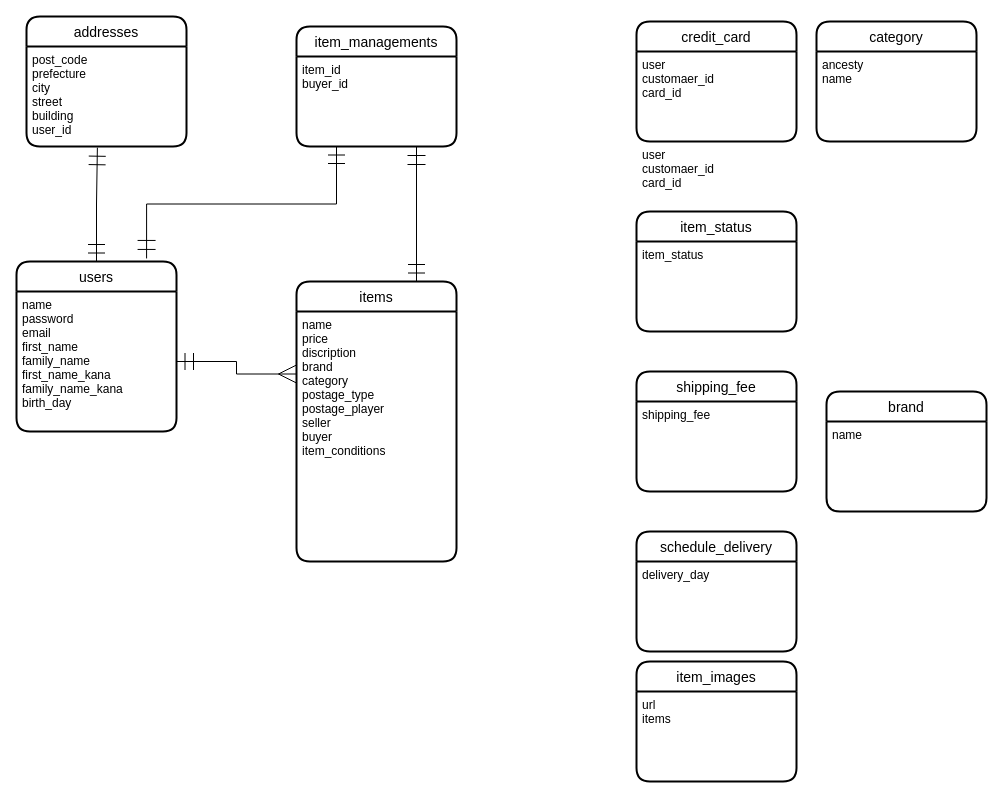
Before: test.dio in hayakawanaotaka/furima-30951, a draw.io diagram. Source tidied: cells renumbered, new cells numbered last; positions are measured from the earlier drawing's top-left corner, leaving out a move shared by most shapes. Both pictures are drawn from the tidied source at 100%, with x=0, y=0 at pixel (16, 16).
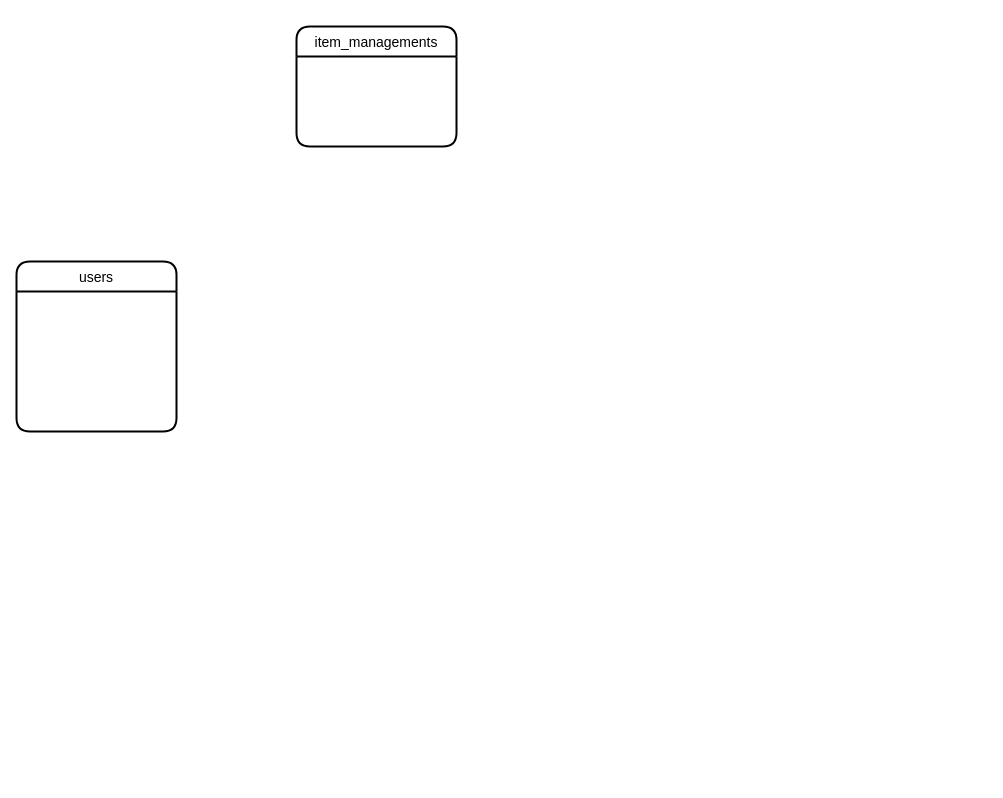
Above is the later version.

Commit message (it also covers changes not shown here):
テーブル修正　５

Unchanged cells that the change refers to:
```xml
<mxCell id="2" value="users" style="swimlane;horizontal=1;startSize=30;rounded=1;fontSize=14;fontStyle=0;strokeWidth=2;shadow=0;dashed=0;align=center;" parent="1" vertex="1">
  <mxGeometry y="245" width="160" height="170" as="geometry" />
</mxCell>
<mxCell id="10" value="item_managements" style="swimlane;horizontal=1;startSize=30;rounded=1;fontSize=14;fontStyle=0;strokeWidth=2;shadow=0;dashed=0;align=center;" parent="1" vertex="1">
  <mxGeometry x="280" y="10" width="160" height="120" as="geometry" />
</mxCell>
```

What changed in the source:
```diff
@@
-    <mxCell id="3" value="name&#10;password&#10;email&#10;first_name&#10;family_name&#10;first_name_kana&#10;family_name_kana&#10;birth_day" style="align=left;strokeColor=none;fillColor=none;spacingLeft=4;fontSize=12;verticalAlign=top;" parent="2" vertex="1">
-      <mxGeometry y="30" width="160" height="140" as="geometry" />
-    </mxCell>
-    <mxCell id="4" style="edgeStyle=orthogonalEdgeStyle;rounded=0;jettySize=auto;html=1;exitX=0.5;exitY=0;exitDx=0;exitDy=0;entryX=0.443;entryY=1.012;entryDx=0;entryDy=0;startArrow=ERmandOne;startFill=0;startSize=15;endArrow=ERmandOne;endFill=0;endSize=15;entryPerimeter=0;" parent="1" edge="1" source="2" target="9">
-      <mxGeometry relative="1" as="geometry" />
-    </mxCell>
-    <mxCell id="5" style="edgeStyle=orthogonalEdgeStyle;rounded=0;jettySize=auto;html=1;exitX=0.75;exitY=0;exitDx=0;exitDy=0;entryX=0.75;entryY=1;entryDx=0;entryDy=0;startArrow=ERmandOne;startFill=0;startSize=15;endArrow=ERmandOne;endFill=0;endSize=16;strokeWidth=1;" parent="1" edge="1" source="6" target="11">
+    <mxCell id="5" style="edgeStyle=orthogonalEdgeStyle;rounded=0;orthogonalLoop=1;jettySize=auto;html=1;exitX=0.75;exitY=0;exitDx=0;exitDy=0;entryX=0.75;entryY=1;entryDx=0;entryDy=0;startArrow=ERmandOne;startFill=0;startSize=15;endArrow=ERmandOne;endFill=0;endSize=16;strokeWidth=1;" parent="1" edge="1">
       <mxGeometry relative="1" as="geometry" />
     </mxCell>
-    <mxCell id="6" value="items" style="swimlane;horizontal=1;startSize=30;rounded=1;fontSize=14;fontStyle=0;strokeWidth=2;shadow=0;dashed=0;align=center;" parent="1" vertex="1">
-      <mxGeometry x="280" y="265" width="160" height="280" as="geometry" />
-    </mxCell>
-    <mxCell id="7" value="name&#10;price&#10;discription&#10;brand&#10;category&#10;postage_type&#10;postage_player&#10;seller&#10;buyer&#10;item_conditions" style="align=left;strokeColor=none;fillColor=none;spacingLeft=4;fontSize=12;verticalAlign=top;" parent="6" vertex="1">
-      <mxGeometry y="30" width="160" height="250" as="geometry" />
-    </mxCell>
-    <mxCell id="8" value="addresses" style="swimlane;horizontal=1;startSize=30;rounded=1;fontSize=14;fontStyle=0;strokeWidth=2;shadow=0;dashed=0;align=center;" parent="1" vertex="1">
-      <mxGeometry x="10" width="160" height="130" as="geometry" />
-    </mxCell>
-    <mxCell id="9" value="post_code&#10;prefecture&#10;city&#10;street&#10;building&#10;user_id" style="align=left;strokeColor=none;fillColor=none;spacingLeft=4;fontSize=12;verticalAlign=top;" parent="8" vertex="1">
-      <mxGeometry y="30" width="160" height="100" as="geometry" />
-    </mxCell>
@@
-    <mxCell id="11" value="item_id&#10;buyer_id" style="align=left;strokeColor=none;fillColor=none;spacingLeft=4;fontSize=12;verticalAlign=top;" parent="10" vertex="1">
-      <mxGeometry y="30" width="160" height="90" as="geometry" />
-    </mxCell>
-    <mxCell id="12" style="rounded=0;orthogonalLoop=1;jettySize=auto;html=1;exitX=0.464;exitY=0.995;exitDx=0;exitDy=0;entryX=0.469;entryY=-0.005;entryDx=0;entryDy=0;entryPerimeter=0;startArrow=ERmandOne;startFill=0;endArrow=ERmandOne;endFill=0;endSize=16;startSize=15;strokeWidth=1;exitPerimeter=0;" parent="1" edge="1">
-      <mxGeometry relative="1" as="geometry" />
-    </mxCell>
-    <mxCell id="13" style="rounded=0;jettySize=auto;html=1;exitX=1;exitY=0.5;exitDx=0;exitDy=0;entryX=0;entryY=0.5;entryDx=0;entryDy=0;startArrow=ERmandOne;startFill=0;startSize=15;endArrow=ERmany;endFill=0;endSize=15;" parent="1" edge="1" source="8" target="12">
-      <mxGeometry relative="1" as="geometry" />
-    </mxCell>
-    <mxCell id="14" style="edgeStyle=orthogonalEdgeStyle;rounded=0;jettySize=auto;html=1;exitX=0.25;exitY=1;exitDx=0;exitDy=0;entryX=0.813;entryY=-0.018;entryDx=0;entryDy=0;entryPerimeter=0;startArrow=ERmandOne;startFill=0;startSize=15;endArrow=ERmandOne;endFill=0;endSize=16;strokeWidth=1;" parent="1" edge="1" source="11" target="2">
+    <mxCell id="14" style="edgeStyle=orthogonalEdgeStyle;rounded=0;jettySize=auto;html=1;exitX=0.25;exitY=1;exitDx=0;exitDy=0;entryX=0.813;entryY=-0.018;entryDx=0;entryDy=0;entryPerimeter=0;startArrow=ERmandOne;startFill=0;startSize=15;endArrow=ERmandOne;endFill=0;endSize=16;strokeWidth=1;" parent="1" edge="1" target="2">
       <mxGeometry relative="1" as="geometry" />
     </mxCell>
-    <mxCell id="15" style="edgeStyle=orthogonalEdgeStyle;rounded=0;jettySize=auto;html=1;exitX=1;exitY=0.5;exitDx=0;exitDy=0;entryX=0;entryY=0.25;entryDx=0;entryDy=0;startArrow=ERmandOne;startFill=0;startSize=15;endArrow=ERmany;endFill=0;endSize=16;strokeWidth=1;" parent="1" edge="1" source="3" target="7">
+    <mxCell id="15" style="edgeStyle=orthogonalEdgeStyle;rounded=0;orthogonalLoop=1;jettySize=auto;html=1;exitX=1;exitY=0.5;exitDx=0;exitDy=0;entryX=0;entryY=0.25;entryDx=0;entryDy=0;startArrow=ERmandOne;startFill=0;startSize=15;endArrow=ERmany;endFill=0;endSize=16;strokeWidth=1;" parent="1" edge="1">
       <mxGeometry relative="1" as="geometry" />
     </mxCell>
-    <mxCell id="16" value="schedule_delivery" style="swimlane;horizontal=1;startSize=30;rounded=1;fontSize=14;fontStyle=0;strokeWidth=2;shadow=0;dashed=0;align=center;" parent="1" vertex="1">
-      <mxGeometry x="620" y="515" width="160" height="120" as="geometry" />
-    </mxCell>
-    <mxCell id="17" value="delivery_day" style="align=left;strokeColor=none;fillColor=none;spacingLeft=4;fontSize=12;verticalAlign=top;" parent="16" vertex="1">
-      <mxGeometry y="30" width="160" height="90" as="geometry" />
-    </mxCell>
-    <mxCell id="18" value="item_status" style="swimlane;horizontal=1;startSize=30;rounded=1;fontSize=14;fontStyle=0;strokeWidth=2;shadow=0;dashed=0;align=center;" parent="1" vertex="1">
-      <mxGeometry x="620" y="195" width="160" height="120" as="geometry" />
-    </mxCell>
-    <mxCell id="19" value="item_status" style="align=left;strokeColor=none;fillColor=none;spacingLeft=4;fontSize=12;verticalAlign=top;" parent="18" vertex="1">
-      <mxGeometry y="30" width="160" height="90" as="geometry" />
-    </mxCell>
-    <mxCell id="20" value="shipping_fee" style="swimlane;horizontal=1;startSize=30;rounded=1;fontSize=14;fontStyle=0;strokeWidth=2;shadow=0;dashed=0;align=center;" parent="1" vertex="1">
-      <mxGeometry x="620" y="355" width="160" height="120" as="geometry" />
-    </mxCell>
-    <mxCell id="21" value="shipping_fee" style="align=left;strokeColor=none;fillColor=none;spacingLeft=4;fontSize=12;verticalAlign=top;" parent="20" vertex="1">
-      <mxGeometry y="30" width="160" height="90" as="geometry" />
-    </mxCell>
-    <mxCell id="22" value="brand" style="swimlane;horizontal=1;startSize=30;rounded=1;fontSize=14;fontStyle=0;strokeWidth=2;shadow=0;dashed=0;align=center;" parent="1" vertex="1">
-      <mxGeometry x="810" y="375" width="160" height="120" as="geometry" />
-    </mxCell>
-    <mxCell id="23" value="name" style="align=left;strokeColor=none;fillColor=none;spacingLeft=4;fontSize=12;verticalAlign=top;" parent="22" vertex="1">
-      <mxGeometry y="30" width="160" height="90" as="geometry" />
-    </mxCell>
-    <mxCell id="24" value="category" style="swimlane;horizontal=1;startSize=30;rounded=1;fontSize=14;fontStyle=0;strokeWidth=2;shadow=0;dashed=0;align=center;" parent="1" vertex="1">
-      <mxGeometry x="800" y="5" width="160" height="120" as="geometry" />
-    </mxCell>
-    <mxCell id="25" value="ancesty&#10;name" style="align=left;strokeColor=none;fillColor=none;spacingLeft=4;fontSize=12;verticalAlign=top;" parent="24" vertex="1">
-      <mxGeometry y="30" width="160" height="90" as="geometry" />
-    </mxCell>
-    <mxCell id="26" style="rounded=0;jettySize=auto;html=1;exitX=0.5;exitY=0;exitDx=0;exitDy=0;entryX=0.5;entryY=1;entryDx=0;entryDy=0;startArrow=ERmany;startFill=0;startSize=15;endArrow=ERmandOne;endFill=0;endSize=15;" parent="1" edge="1" source="27" target="12">
-      <mxGeometry relative="1" as="geometry" />
-    </mxCell>
-    <mxCell id="27" value="item_images" style="swimlane;horizontal=1;startSize=30;rounded=1;fontSize=14;fontStyle=0;strokeWidth=2;shadow=0;dashed=0;align=center;" parent="1" vertex="1">
-      <mxGeometry x="620" y="645" width="160" height="120" as="geometry" />
-    </mxCell>
-    <mxCell id="28" value="url&#10;items" style="align=left;strokeColor=none;fillColor=none;spacingLeft=4;fontSize=12;verticalAlign=top;" parent="27" vertex="1">
-      <mxGeometry y="30" width="160" height="90" as="geometry" />
-    </mxCell>
-    <mxCell id="29" value="credit_card" style="swimlane;horizontal=1;startSize=30;rounded=1;fontSize=14;fontStyle=0;strokeWidth=2;shadow=0;dashed=0;align=center;" parent="1" vertex="1">
-      <mxGeometry x="620" y="5" width="160" height="120" as="geometry" />
-    </mxCell>
-    <mxCell id="30" value="user&#10;customaer_id&#10;card_id" style="align=left;strokeColor=none;fillColor=none;spacingLeft=4;fontSize=12;verticalAlign=top;" parent="29" vertex="1">
-      <mxGeometry y="30" width="160" height="90" as="geometry" />
-    </mxCell>
-    <mxCell id="31" value="user&#10;customaer_id&#10;card_id" style="align=left;strokeColor=none;fillColor=none;spacingLeft=4;fontSize=12;verticalAlign=top;" parent="29" vertex="1">
-      <mxGeometry y="120" width="160" as="geometry" />
-    </mxCell>
```
